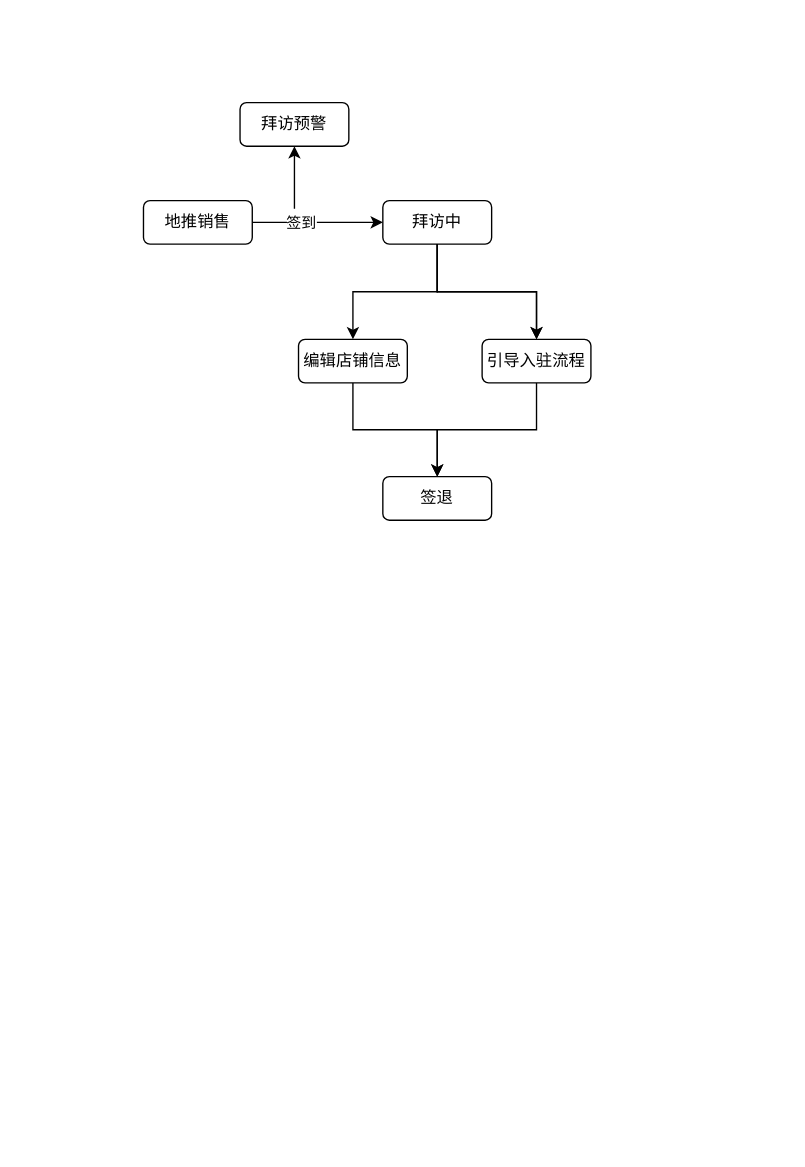
This is page "第 1 页" (1 of 2) of 地推店铺拜访.drawio from QiuYanzhao/Study, a draw.io file, before an edit. Source tidied: cells renumbered, new cells numbered last; positions are measured from the earlier drawing's top-left corner, leaving out a move shared by most shapes. Both pictures are drawn from the tidied source at 136%, with x=0, y=0 at pixel (143, 102).
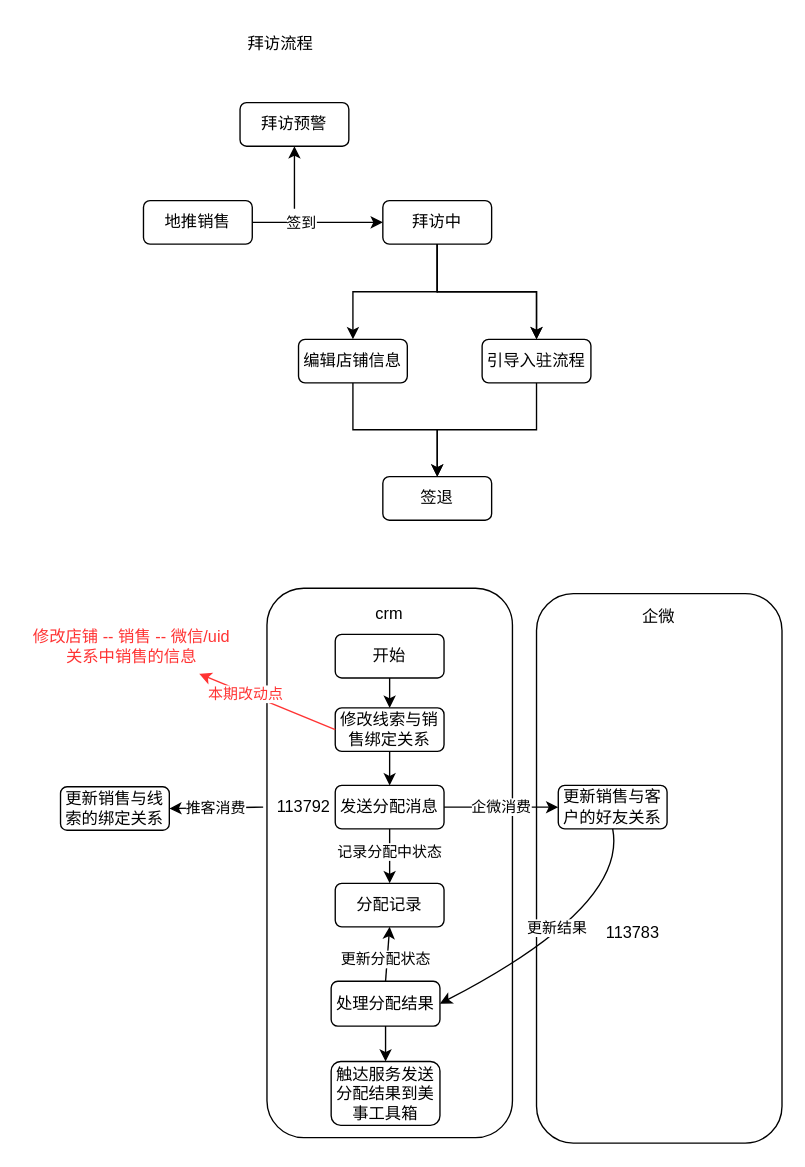
Above is the later version.

Commit message:
更新地推店铺拜访.drawio

What changed in the source:
```diff
@@
+    <mxCell id="16" style="rounded=1;whiteSpace=wrap;html=1;" parent="1" vertex="1">
+      <mxGeometry x="289" y="361" width="180.5" height="404" as="geometry" />
+    </mxCell>
+    <mxCell id="17" style="rounded=1;whiteSpace=wrap;html=1;" parent="1" vertex="1">
+      <mxGeometry x="90.8" y="357" width="180.5" height="404" as="geometry" />
+    </mxCell>
@@
+    <mxCell id="18" value="拜访流程" style="text;html=1;align=center;verticalAlign=middle;whiteSpace=wrap;rounded=0;" parent="1" vertex="1">
+      <mxGeometry x="71" y="-58" width="60" height="30" as="geometry" />
+    </mxCell>
+    <mxCell id="19" style="edgeStyle=orthogonalEdgeStyle;rounded=0;jettySize=auto;html=1;" parent="1" edge="1" source="20" target="22">
+      <mxGeometry relative="1" as="geometry" />
+    </mxCell>
+    <mxCell id="20" value="开始" style="rounded=1;whiteSpace=wrap;html=1;" parent="1" vertex="1">
+      <mxGeometry x="141" y="391" width="80" height="32" as="geometry" />
+    </mxCell>
+    <mxCell id="21" style="edgeStyle=orthogonalEdgeStyle;rounded=0;jettySize=auto;html=1;" parent="1" edge="1" source="22" target="26">
+      <mxGeometry relative="1" as="geometry" />
+    </mxCell>
+    <mxCell id="22" value="修改线索与销售绑定关系" style="rounded=1;whiteSpace=wrap;html=1;" parent="1" vertex="1">
+      <mxGeometry x="141" y="445" width="80" height="32" as="geometry" />
+    </mxCell>
+    <mxCell id="23" style="edgeStyle=orthogonalEdgeStyle;rounded=0;jettySize=auto;html=1;" parent="1" edge="1" source="26" target="27">
+      <mxGeometry relative="1" as="geometry" />
+    </mxCell>
+    <mxCell id="24" value="记录分配中状态" style="edgeLabel;html=1;align=center;verticalAlign=middle;" parent="23" vertex="1">
+      <mxGeometry x="-0.2" y="-1" relative="1" as="geometry" />
+    </mxCell>
+    <mxCell id="25" value="企微消费" style="edgeStyle=orthogonalEdgeStyle;rounded=0;jettySize=auto;html=1;" parent="1" edge="1" source="26" target="28">
+      <mxGeometry relative="1" as="geometry" />
+    </mxCell>
+    <mxCell id="26" value="发送分配消息" style="rounded=1;whiteSpace=wrap;html=1;" parent="1" vertex="1">
+      <mxGeometry x="141" y="502" width="80" height="32" as="geometry" />
+    </mxCell>
+    <mxCell id="27" value="分配记录" style="rounded=1;whiteSpace=wrap;html=1;" parent="1" vertex="1">
+      <mxGeometry x="141" y="574" width="80" height="32" as="geometry" />
+    </mxCell>
+    <mxCell id="28" value="更新销售与客户的好友关系" style="rounded=1;whiteSpace=wrap;html=1;" parent="1" vertex="1">
+      <mxGeometry x="305" y="502" width="80" height="32" as="geometry" />
+    </mxCell>
+    <mxCell id="29" style="edgeStyle=orthogonalEdgeStyle;rounded=0;jettySize=auto;html=1;" parent="1" edge="1" source="30" target="39">
+      <mxGeometry relative="1" as="geometry" />
+    </mxCell>
+    <mxCell id="30" value="处理分配结果" style="rounded=1;whiteSpace=wrap;html=1;" parent="1" vertex="1">
+      <mxGeometry x="138" y="646" width="80" height="33" as="geometry" />
+    </mxCell>
+    <mxCell id="31" value="crm" style="text;html=1;align=center;verticalAlign=middle;whiteSpace=wrap;rounded=0;" parent="1" vertex="1">
+      <mxGeometry x="151" y="361" width="60" height="30" as="geometry" />
+    </mxCell>
+    <mxCell id="32" value="企微" style="text;html=1;align=center;verticalAlign=middle;whiteSpace=wrap;rounded=0;" parent="1" vertex="1">
+      <mxGeometry x="349.2" y="363" width="60" height="30" as="geometry" />
+    </mxCell>
+    <mxCell id="33" style="curved=1;endArrow=classic;html=1;rounded=0;exitX=0.5;exitY=1;exitDx=0;exitDy=0;entryX=1;entryY=0.5;entryDx=0;entryDy=0;" parent="1" edge="1" source="28" target="30">
+      <mxGeometry relative="1" as="geometry">
+        <Array as="points">
+          <mxPoint x="356" y="591" />
+        </Array>
+      </mxGeometry>
+    </mxCell>
+    <mxCell id="34" value="更新结果" style="edgeLabel;html=1;align=center;verticalAlign=middle;" parent="33" vertex="1">
+      <mxGeometry x="0.05" y="-11" relative="1" as="geometry" />
+    </mxCell>
+    <mxCell id="35" value="113792" style="text;html=1;align=center;verticalAlign=middle;whiteSpace=wrap;rounded=0;" parent="1" vertex="1">
+      <mxGeometry x="88" y="503" width="60" height="30" as="geometry" />
+    </mxCell>
+    <mxCell id="36" value="113783" style="text;html=1;align=center;verticalAlign=middle;whiteSpace=wrap;rounded=0;" parent="1" vertex="1">
+      <mxGeometry x="330" y="596" width="60" height="30" as="geometry" />
+    </mxCell>
+    <mxCell id="37" style="endArrow=classic;html=1;rounded=0;exitX=0.5;exitY=0;exitDx=0;exitDy=0;entryX=0.5;entryY=1;entryDx=0;entryDy=0;" parent="1" edge="1" source="30" target="27">
+      <mxGeometry relative="1" as="geometry" />
+    </mxCell>
+    <mxCell id="38" value="更新分配状态" style="edgeLabel;html=1;align=center;verticalAlign=middle;" parent="37" vertex="1">
+      <mxGeometry x="-0.18" y="2" relative="1" as="geometry" />
+    </mxCell>
+    <mxCell id="39" value="触达服务发送分配结果到美事工具箱" style="rounded=1;whiteSpace=wrap;html=1;" parent="1" vertex="1">
+      <mxGeometry x="138" y="705" width="80" height="47" as="geometry" />
+    </mxCell>
+    <mxCell id="40" value="更新销售与线索的绑定关系" style="rounded=1;whiteSpace=wrap;html=1;" parent="1" vertex="1">
+      <mxGeometry x="-61" y="503" width="80" height="32" as="geometry" />
+    </mxCell>
+    <mxCell id="41" value="推客消费" style="endArrow=classic;html=1;rounded=0;exitX=0;exitY=0.5;exitDx=0;exitDy=0;entryX=1;entryY=0.5;entryDx=0;entryDy=0;" parent="1" edge="1" source="35" target="40">
+      <mxGeometry relative="1" as="geometry" />
+    </mxCell>
+    <mxCell id="42" style="endArrow=classic;html=1;rounded=0;exitX=0;exitY=0.5;exitDx=0;exitDy=0;strokeColor=#FF3333;" parent="1" edge="1" source="22">
+      <mxGeometry relative="1" as="geometry">
+        <mxPoint x="41" y="420" as="targetPoint" />
+      </mxGeometry>
+    </mxCell>
+    <mxCell id="43" value="&lt;font color=&quot;#ff3333&quot;&gt;本期改动点&lt;/font&gt;" style="edgeLabel;html=1;align=center;verticalAlign=middle;" parent="42" vertex="1">
+      <mxGeometry x="0.32" y="1" relative="1" as="geometry" />
+    </mxCell>
+    <mxCell id="44" value="&lt;font color=&quot;#ff3333&quot;&gt;修改店铺 -- 销售 -- 微信/uid&lt;/font&gt;&lt;div&gt;&lt;font color=&quot;#ff3333&quot;&gt;关系中销售的信息&lt;/font&gt;&lt;/div&gt;" style="text;html=1;align=center;verticalAlign=middle;whiteSpace=wrap;rounded=0;" parent="1" vertex="1">
+      <mxGeometry x="-88" y="374" width="159" height="52" as="geometry" />
+    </mxCell>
```
